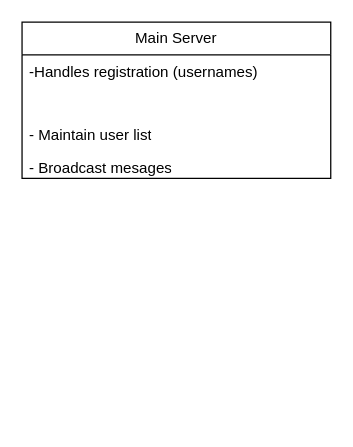
Debug-24/terminal-chat keeps this draw.io diagram as Project Architecture Diagram.drawio. Above is the earlier version. Source tidied: cells renumbered, new cells numbered last; positions are measured from the earlier drawing's top-left corner, leaving out a move shared by most shapes. Both pictures are drawn from the tidied source at 126%, with x=0, y=0 at pixel (21, 21).
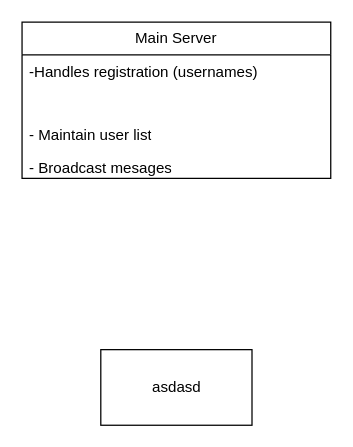
The same page after the edit.

What changed in the source:
```diff
@@
 <mxGraphModel>
   <root>
     <mxCell id="0" />
     <mxCell id="1" parent="0" />
     <mxCell id="2" value="Main Server" style="swimlane;fontStyle=0;horizontal=1;startSize=26;fillColor=none;whiteSpace=wrap;html=1;" parent="1" vertex="1">
       <mxGeometry width="245" height="124" as="geometry" />
     </mxCell>
     <mxCell id="3" value="-Handles registration (usernames)" style="text;strokeColor=none;fillColor=none;align=left;verticalAlign=top;spacingLeft=4;spacingRight=4;overflow=hidden;whiteSpace=wrap;html=1;" parent="2" vertex="1">
       <mxGeometry y="26" width="245" height="50" as="geometry" />
     </mxCell>
     <mxCell id="4" value="- Maintain user list" style="text;strokeColor=none;fillColor=none;align=left;verticalAlign=top;spacingLeft=4;spacingRight=4;overflow=hidden;whiteSpace=wrap;html=1;" parent="2" vertex="1">
       <mxGeometry y="76" width="245" height="26" as="geometry" />
     </mxCell>
     <mxCell id="5" value="- Broadcast mesages" style="text;strokeColor=none;fillColor=none;align=left;verticalAlign=top;spacingLeft=4;spacingRight=4;overflow=hidden;whiteSpace=wrap;html=1;" parent="2" vertex="1">
       <mxGeometry y="102" width="245" height="22" as="geometry" />
     </mxCell>
+    <mxCell id="6" value="asdasd" style="rounded=0;whiteSpace=wrap;html=1;" parent="1" vertex="1">
+      <mxGeometry x="62.5" y="260" width="120" height="60" as="geometry" />
+    </mxCell>
   </root>
 </mxGraphModel>
```
